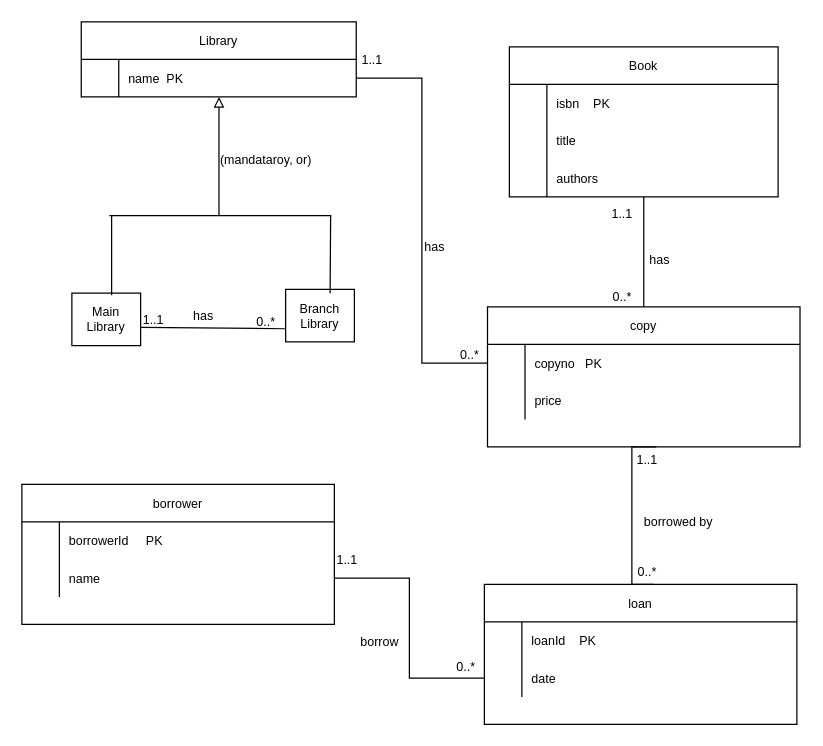
The draw.io diagram page "Q3-UML" (8 of 9) of DBDESIGN-ASS1.drawio in nurezzajeslin/week3, before the edit. Source tidied: cells renumbered, new cells numbered last; positions are measured from the earlier drawing's top-left corner, leaving out a move shared by most shapes. Both pictures are drawn from the tidied source at 125%, with x=0, y=0 at pixel (21, 21).
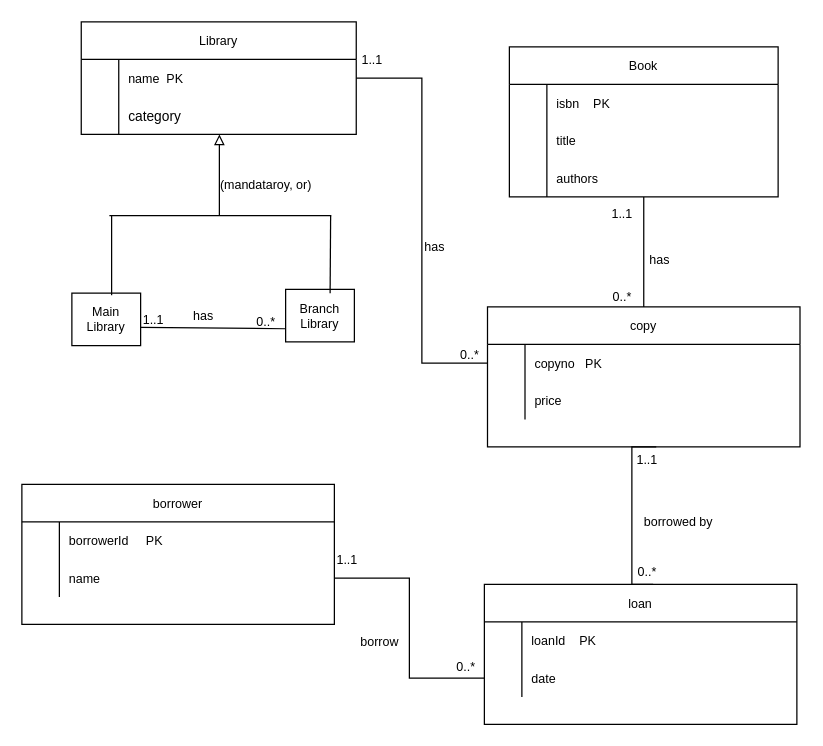
Above is the later version.

The change refers to these unchanged cells:
```xml
<mxCell id="14" style="shape=tableRow;horizontal=0;startSize=0;swimlaneHead=0;swimlaneBody=0;fillColor=none;points=[[0,0.5],[1,0.5]];portConstraint=eastwest;top=0;left=0;right=0;bottom=0;fontSize=10;strokeWidth=1;" parent="13" vertex="1">
  <mxGeometry y="30" width="220" height="30" as="geometry" />
</mxCell>
<mxCell id="20" style="line;strokeWidth=1;html=1;perimeter=backbonePerimeter;points=[];outlineConnect=0;fontSize=10;textOpacity=90;fontStyle=0;" parent="1" vertex="1">
  <mxGeometry x="70" y="150" width="177.6" height="10" as="geometry" />
</mxCell>
```

The edit, as a diff of the source:
```diff
@@
     <mxCell id="13" value="Library" style="shape=table;startSize=30;childLayout=tableLayout;rowLines=0;fontStyle=0;align=center;fontSize=10;" parent="1" vertex="1">
-      <mxGeometry x="47.5" width="220" height="60" as="geometry" />
+      <mxGeometry x="47.5" width="220" height="90" as="geometry" />
     </mxCell>
@@
+    <mxCell id="64" style="shape=tableRow;horizontal=0;startSize=0;swimlaneHead=0;swimlaneBody=0;fillColor=none;top=0;left=0;right=0;bottom=0;fontSize=11;" parent="13" vertex="1">
+      <mxGeometry y="60" width="220" height="30" as="geometry" />
+    </mxCell>
+    <mxCell id="65" style="shape=partialRectangle;fillColor=none;top=0;left=0;bottom=0;right=0;overflow=hidden;fontSize=11;" parent="64" vertex="1">
+      <mxGeometry width="30" height="30" as="geometry" />
+    </mxCell>
+    <mxCell id="66" value="category" style="shape=partialRectangle;fillColor=none;top=0;left=0;bottom=0;right=0;align=left;spacingLeft=6;overflow=hidden;fontSize=11;" parent="64" vertex="1">
+      <mxGeometry x="30" width="190" height="30" as="geometry" />
+    </mxCell>
-    <mxCell id="17" style="endArrow=block;html=1;rounded=0;startArrow=none;startFill=0;endFill=0;fontStyle=0;fontSize=10;" parent="1" edge="1" source="20" target="14">
-      <mxGeometry relative="1" as="geometry" />
+    <mxCell id="17" style="endArrow=block;html=1;rounded=0;startArrow=none;startFill=0;endFill=0;fontStyle=0;fontSize=10;" parent="1" edge="1" source="20">
+      <mxGeometry relative="1" as="geometry">
+        <mxPoint x="158" y="90" as="targetPoint" />
+      </mxGeometry>
     </mxCell>
     <mxCell id="18" value="&lt;font style=&quot;font-size: 10px;&quot;&gt;(mandataroy, or)&lt;/font&gt;" style="text;html=1;align=center;verticalAlign=middle;strokeColor=none;fillColor=none;fontStyle=0;fontSize=10;" parent="1" vertex="1">
-      <mxGeometry x="150" y="100" width="90" height="20" as="geometry" />
+      <mxGeometry x="150" y="120" width="90" height="20" as="geometry" />
     </mxCell>
```
